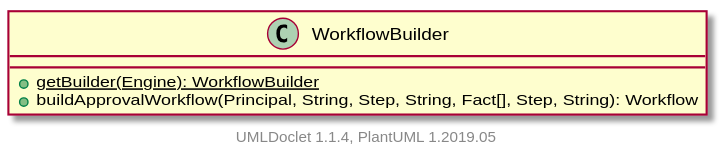
apache/jspwiki-site keeps this PlantUML diagram as apidocs/2.11.0.M8-SNAPSHOT/org/apache/wiki/workflow/WorkflowBuilder.svg. Above is the earlier version. The source it was exported from:
```plantuml
@startuml

    class WorkflowBuilder [[WorkflowBuilder.html]] {
        {static} +getBuilder(Engine): WorkflowBuilder
        +buildApprovalWorkflow(Principal, String, Step, String, Fact[], Step, String): Workflow
    }


    center footer UMLDoclet 1.1.4, PlantUML 1.2019.05
@enduml
```
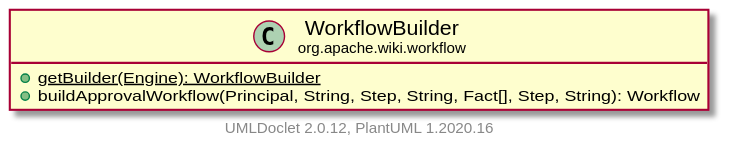
After the change.

Diff of the diagram source:
```diff
@@ -1,10 +1,12 @@
 @startuml
+    set namespaceSeparator none
+    hide empty fields
+    hide empty methods
 
-    class WorkflowBuilder [[WorkflowBuilder.html]] {
+    class "<size:14>WorkflowBuilder\n<size:10>org.apache.wiki.workflow" as org.apache.wiki.workflow.WorkflowBuilder [[WorkflowBuilder.html]] {
         {static} +getBuilder(Engine): WorkflowBuilder
         +buildApprovalWorkflow(Principal, String, Step, String, Fact[], Step, String): Workflow
     }
 
-
-    center footer UMLDoclet 1.1.4, PlantUML 1.2019.05
+    center footer UMLDoclet 2.0.12, PlantUML 1.2020.16
 @enduml
```
